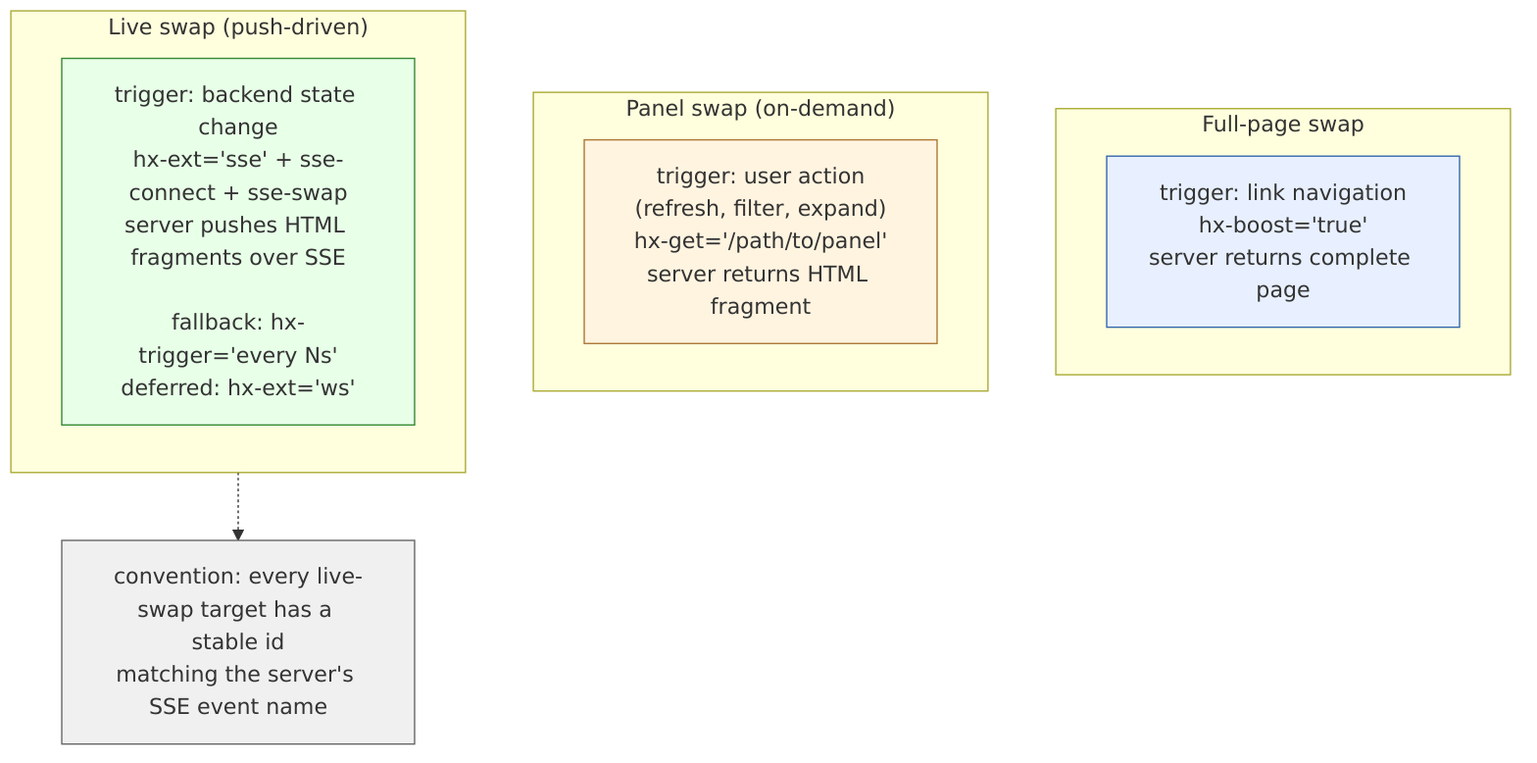
This is docs/design/diagrams/SRD-0110/swap-cadences.png from nosqlbench/hyperplane-rs, a Mermaid export, as it was before one commit. Its source is kept beside it as docs/design/diagrams/SRD-0110/swap-cadences.mmd.
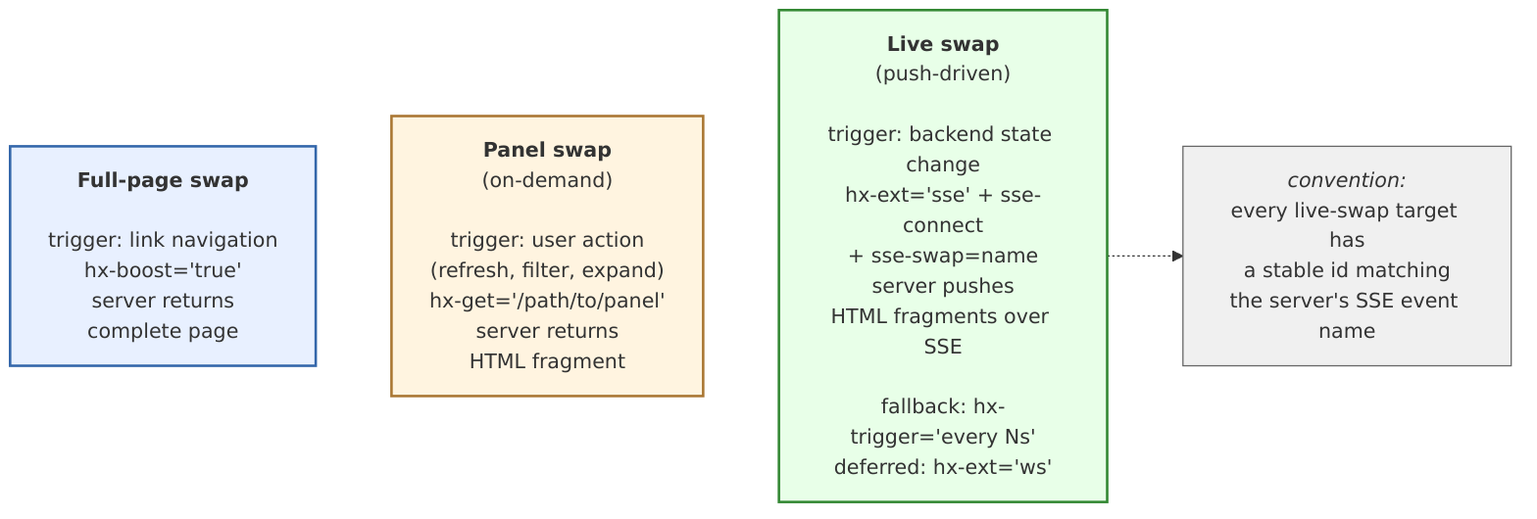
After the change.

What changed in the source:
```diff
@@ -1,22 +1,16 @@
-flowchart TB
-    subgraph Full ["Full-page swap"]
-        F["trigger: link navigation<br/>hx-boost='true'<br/>server returns complete page"]
-    end
+%%{init: {'flowchart': {'nodeSpacing': 40, 'rankSpacing': 60}}}%%
+flowchart LR
+    F["<b>Full-page swap</b><br/><br/>trigger: link navigation<br/>hx-boost='true'<br/>server returns<br/>complete page"]
+    P["<b>Panel swap</b><br/>(on-demand)<br/><br/>trigger: user action<br/>(refresh, filter, expand)<br/>hx-get='/path/to/panel'<br/>server returns<br/>HTML fragment"]
+    L["<b>Live swap</b><br/>(push-driven)<br/><br/>trigger: backend state change<br/>hx-ext='sse' + sse-connect<br/>+ sse-swap=name<br/>server pushes<br/>HTML fragments over SSE<br/><br/>fallback: hx-trigger='every Ns'<br/>deferred: hx-ext='ws'"]
+    Note["<i>convention:</i><br/>every live-swap target has<br/>a stable id matching<br/>the server's SSE event name"]
 
-    subgraph Panel ["Panel swap (on-demand)"]
-        P["trigger: user action<br/>(refresh, filter, expand)<br/>hx-get='/path/to/panel'<br/>server returns HTML fragment"]
-    end
+    F ~~~ P ~~~ L
+    L -.-> Note
 
-    subgraph Live ["Live swap (push-driven)"]
-        L["trigger: backend state change<br/>hx-ext='sse' + sse-connect + sse-swap<br/>server pushes HTML fragments over SSE<br/><br/>fallback: hx-trigger='every Ns'<br/>deferred: hx-ext='ws'"]
-    end
-
-    Note["convention: every live-swap target has a stable id<br/>matching the server's SSE event name"]
-    Live -.-> Note
-
-    classDef full fill:#e8f0ff,stroke:#3366aa
-    classDef panel fill:#fff4e0,stroke:#aa7733
-    classDef live fill:#e8ffe8,stroke:#338833
+    classDef full fill:#e8f0ff,stroke:#3366aa,stroke-width:2px
+    classDef panel fill:#fff4e0,stroke:#aa7733,stroke-width:2px
+    classDef live fill:#e8ffe8,stroke:#338833,stroke-width:2px
     classDef conv fill:#f0f0f0,stroke:#666
     class F full
     class P panel
```
